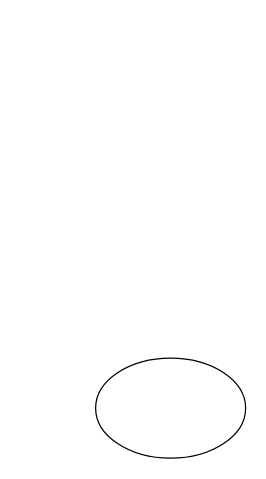
The draw.io diagram semi5.drawio in seungrii/semi5, before the edit. Source tidied: cells renumbered, new cells numbered last; positions are measured from the earlier drawing's top-left corner, leaving out a move shared by most shapes. Both pictures are drawn from the tidied source at 125%, with x=0, y=0 at pixel (95, 358).
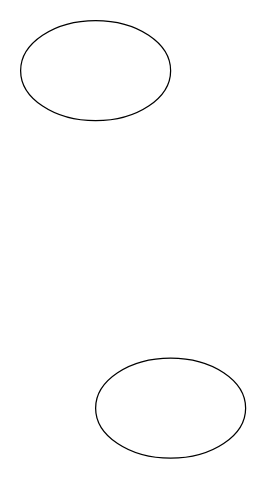
The same page after the edit.

Change to the diagram source:
```diff
@@
 <mxGraphModel>
   <root>
     <mxCell id="0" />
     <mxCell id="1" parent="0" />
     <mxCell id="2" style="ellipse;whiteSpace=wrap;html=1;" parent="1" vertex="1">
       <mxGeometry width="120" height="80" as="geometry" />
     </mxCell>
+    <mxCell id="3" style="ellipse;whiteSpace=wrap;html=1;" parent="1" vertex="1">
+      <mxGeometry x="-60" y="-270" width="120" height="80" as="geometry" />
+    </mxCell>
   </root>
 </mxGraphModel>
```
